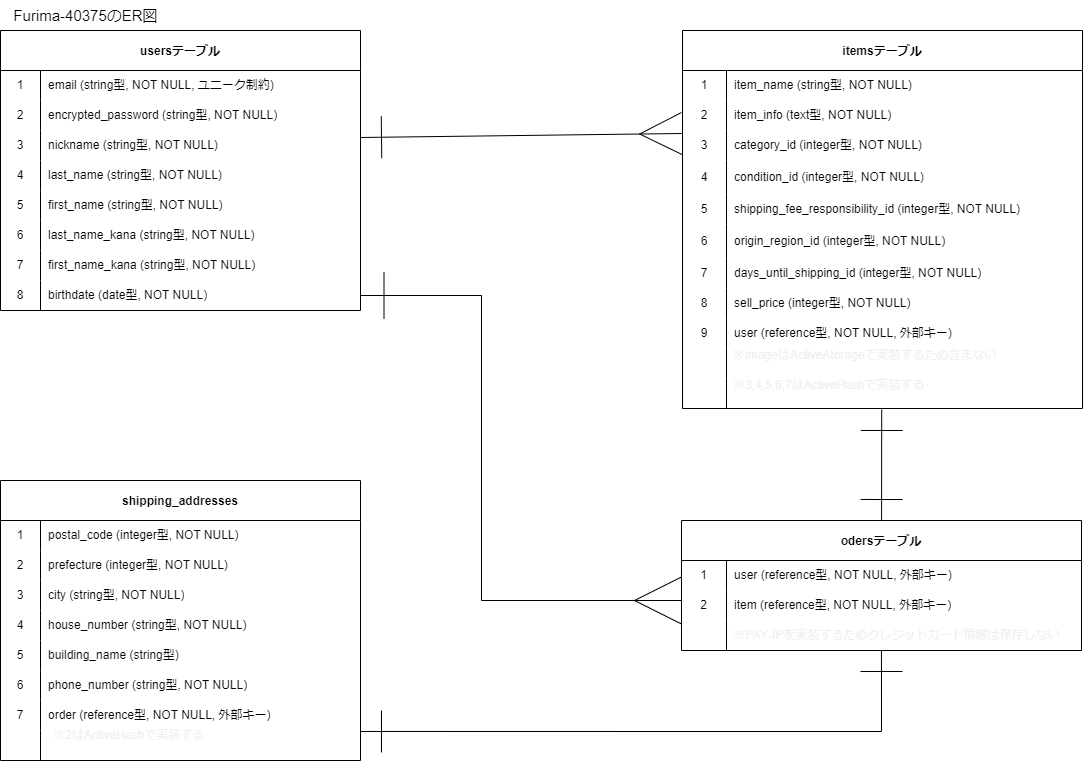
The draw.io diagram furima.drawio.png in meichanpapa/furima-40375, before a commit. Source tidied: cells renumbered, new cells last; positions are measured from the earlier drawing's top-left corner, leaving out a move shared by most shapes.
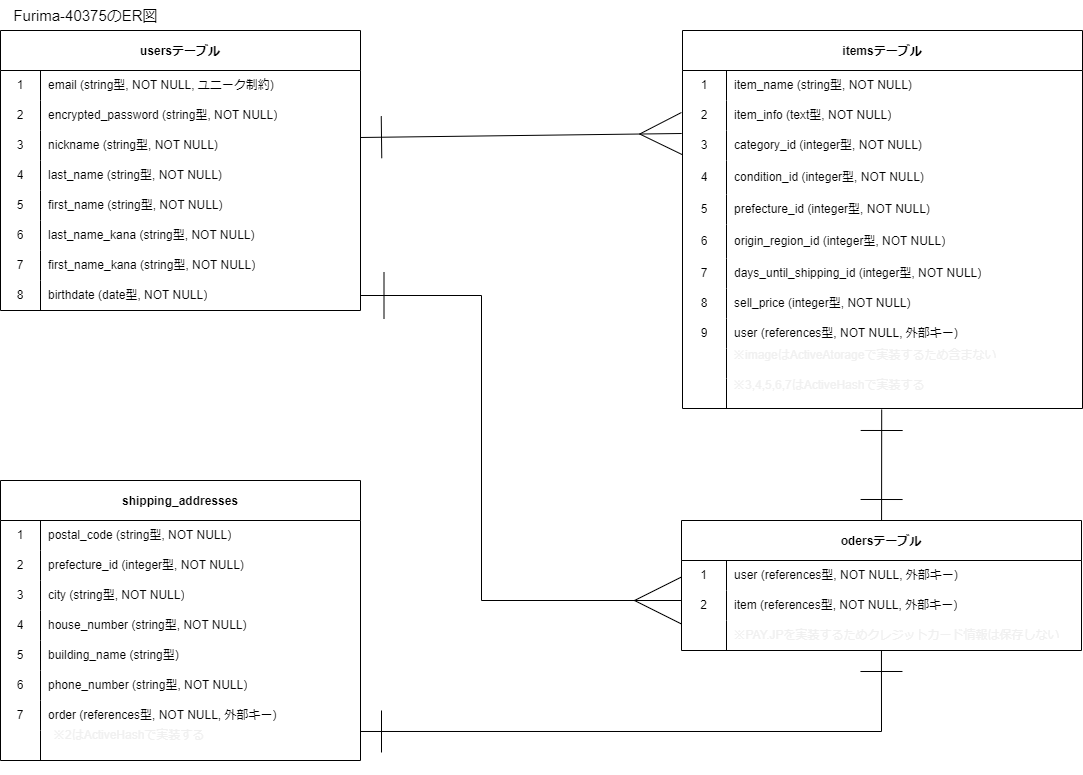
Above is the later version.

Commit message:
データベース設計修正2

The edit, as a diff of the source:
```diff
@@ -128,7 +128,7 @@
     <mxCell id="43" value="5" style="shape=partialRectangle;html=1;whiteSpace=wrap;fillColor=none;top=0;left=0;bottom=0;right=0;overflow=hidden;" parent="42" vertex="1">
       <mxGeometry width="44" height="30" as="geometry" />
     </mxCell>
-    <mxCell id="44" value="&lt;div style=&quot;line-height: 19px;&quot;&gt;&lt;font style=&quot;font-size: 12px;&quot;&gt;shipping_fee_responsibility_id (integer型, NOT NULL)&lt;/font&gt;&lt;/div&gt;&lt;div style=&quot;color: rgb(204, 204, 204); background-color: rgb(31, 31, 31); line-height: 19px;&quot;&gt;&lt;/div&gt;" style="shape=partialRectangle;html=1;whiteSpace=wrap;fillColor=none;top=0;left=0;bottom=0;right=0;align=left;spacingLeft=6;overflow=hidden;" parent="42" vertex="1">
+    <mxCell id="44" value="&lt;div style=&quot;line-height: 19px;&quot;&gt;&lt;font style=&quot;font-size: 12px;&quot;&gt;prefecture_id (integer型, NOT NULL)&lt;/font&gt;&lt;/div&gt;&lt;div style=&quot;color: rgb(204, 204, 204); background-color: rgb(31, 31, 31); line-height: 19px;&quot;&gt;&lt;/div&gt;" style="shape=partialRectangle;html=1;whiteSpace=wrap;fillColor=none;top=0;left=0;bottom=0;right=0;align=left;spacingLeft=6;overflow=hidden;" parent="42" vertex="1">
       <mxGeometry x="44" width="356" height="30" as="geometry" />
     </mxCell>
     <mxCell id="45" style="shape=tableRow;horizontal=0;startSize=0;swimlaneHead=0;swimlaneBody=0;top=0;left=0;bottom=0;right=0;fillColor=none;" parent="29" vertex="1">
@@ -164,7 +164,7 @@
     <mxCell id="55" value="9" style="shape=partialRectangle;html=1;whiteSpace=wrap;fillColor=none;top=0;left=0;bottom=0;right=0;overflow=hidden;" parent="54" vertex="1">
       <mxGeometry width="44" height="30" as="geometry" />
     </mxCell>
-    <mxCell id="56" value="user (reference型, NOT NULL, 外部キー)" style="shape=partialRectangle;html=1;whiteSpace=wrap;fillColor=none;top=0;left=0;bottom=0;right=0;align=left;spacingLeft=6;overflow=hidden;" parent="54" vertex="1">
+    <mxCell id="56" value="user (references型, NOT NULL, 外部キー)" style="shape=partialRectangle;html=1;whiteSpace=wrap;fillColor=none;top=0;left=0;bottom=0;right=0;align=left;spacingLeft=6;overflow=hidden;" parent="54" vertex="1">
       <mxGeometry x="44" width="356" height="30" as="geometry" />
     </mxCell>
     <mxCell id="57" style="shape=tableRow;horizontal=0;startSize=0;swimlaneHead=0;swimlaneBody=0;top=0;left=0;bottom=0;right=0;fillColor=none;" parent="29" vertex="1">
@@ -194,7 +194,7 @@
     <mxCell id="65" value="1" style="shape=partialRectangle;html=1;whiteSpace=wrap;fillColor=none;top=0;left=0;bottom=0;right=0;overflow=hidden;" parent="64" vertex="1">
       <mxGeometry width="45" height="30" as="geometry" />
     </mxCell>
-    <mxCell id="66" value="user (reference型, NOT NULL, 外部キー)" style="shape=partialRectangle;html=1;whiteSpace=wrap;fillColor=none;top=0;left=0;bottom=0;right=0;align=left;spacingLeft=6;overflow=hidden;" parent="64" vertex="1">
+    <mxCell id="66" value="user (references型, NOT NULL, 外部キー)" style="shape=partialRectangle;html=1;whiteSpace=wrap;fillColor=none;top=0;left=0;bottom=0;right=0;align=left;spacingLeft=6;overflow=hidden;" parent="64" vertex="1">
       <mxGeometry x="45" width="355" height="30" as="geometry" />
     </mxCell>
     <mxCell id="67" style="shape=tableRow;horizontal=0;startSize=0;swimlaneHead=0;swimlaneBody=0;top=0;left=0;bottom=0;right=0;fillColor=none;" parent="63" vertex="1">
@@ -203,7 +203,7 @@
     <mxCell id="68" value="2" style="shape=partialRectangle;html=1;whiteSpace=wrap;fillColor=none;top=0;left=0;bottom=0;right=0;overflow=hidden;" parent="67" vertex="1">
       <mxGeometry width="45" height="30" as="geometry" />
     </mxCell>
-    <mxCell id="69" value="item (reference型, NOT NULL, 外部キー)" style="shape=partialRectangle;html=1;whiteSpace=wrap;fillColor=none;top=0;left=0;bottom=0;right=0;align=left;spacingLeft=6;overflow=hidden;" parent="67" vertex="1">
+    <mxCell id="69" value="item (references型, NOT NULL, 外部キー)" style="shape=partialRectangle;html=1;whiteSpace=wrap;fillColor=none;top=0;left=0;bottom=0;right=0;align=left;spacingLeft=6;overflow=hidden;" parent="67" vertex="1">
       <mxGeometry x="45" width="355" height="30" as="geometry" />
     </mxCell>
     <mxCell id="70" style="shape=tableRow;horizontal=0;startSize=0;swimlaneHead=0;swimlaneBody=0;top=0;left=0;bottom=0;right=0;fillColor=none;" parent="63" vertex="1">
@@ -236,7 +236,7 @@
     <mxCell id="77" value="1" style="shape=partialRectangle;html=1;whiteSpace=wrap;fillColor=none;top=0;left=0;bottom=0;right=0;overflow=hidden;" parent="76" vertex="1">
       <mxGeometry width="40" height="30" as="geometry" />
     </mxCell>
-    <mxCell id="78" value="postal_code (integer型, NOT NULL)" style="shape=partialRectangle;html=1;whiteSpace=wrap;fillColor=none;top=0;left=0;bottom=0;right=0;align=left;spacingLeft=6;overflow=hidden;" parent="76" vertex="1">
+    <mxCell id="78" value="postal_code (string型, NOT NULL)" style="shape=partialRectangle;html=1;whiteSpace=wrap;fillColor=none;top=0;left=0;bottom=0;right=0;align=left;spacingLeft=6;overflow=hidden;" parent="76" vertex="1">
       <mxGeometry x="40" width="320" height="30" as="geometry" />
     </mxCell>
     <mxCell id="79" style="shape=tableRow;horizontal=0;startSize=0;swimlaneHead=0;swimlaneBody=0;top=0;left=0;bottom=0;right=0;fillColor=none;" parent="75" vertex="1">
@@ -245,7 +245,7 @@
     <mxCell id="80" value="2" style="shape=partialRectangle;html=1;whiteSpace=wrap;fillColor=none;top=0;left=0;bottom=0;right=0;overflow=hidden;" parent="79" vertex="1">
       <mxGeometry width="40" height="30" as="geometry" />
     </mxCell>
-    <mxCell id="81" value="prefecture (integer型, NOT NULL)" style="shape=partialRectangle;html=1;whiteSpace=wrap;fillColor=none;top=0;left=0;bottom=0;right=0;align=left;spacingLeft=6;overflow=hidden;" parent="79" vertex="1">
+    <mxCell id="81" value="prefecture_id (integer型, NOT NULL)" style="shape=partialRectangle;html=1;whiteSpace=wrap;fillColor=none;top=0;left=0;bottom=0;right=0;align=left;spacingLeft=6;overflow=hidden;" parent="79" vertex="1">
       <mxGeometry x="40" width="320" height="30" as="geometry" />
     </mxCell>
     <mxCell id="82" style="shape=tableRow;horizontal=0;startSize=0;swimlaneHead=0;swimlaneBody=0;top=0;left=0;bottom=0;right=0;fillColor=none;" parent="75" vertex="1">
@@ -290,7 +290,7 @@
     <mxCell id="95" value="7" style="shape=partialRectangle;html=1;whiteSpace=wrap;fillColor=none;top=0;left=0;bottom=0;right=0;overflow=hidden;" parent="94" vertex="1">
       <mxGeometry width="40" height="30" as="geometry" />
     </mxCell>
-    <mxCell id="96" value="order (reference型, NOT NULL, 外部キー)" style="shape=partialRectangle;html=1;whiteSpace=wrap;fillColor=none;top=0;left=0;bottom=0;right=0;align=left;spacingLeft=6;overflow=hidden;" parent="94" vertex="1">
+    <mxCell id="96" value="order (references型, NOT NULL, 外部キー)" style="shape=partialRectangle;html=1;whiteSpace=wrap;fillColor=none;top=0;left=0;bottom=0;right=0;align=left;spacingLeft=6;overflow=hidden;" parent="94" vertex="1">
       <mxGeometry x="40" width="320" height="30" as="geometry" />
     </mxCell>
     <mxCell id="97" style="shape=tableRow;horizontal=0;startSize=0;swimlaneHead=0;swimlaneBody=0;top=0;left=0;bottom=0;right=0;fillColor=none;" parent="75" vertex="1">
```
